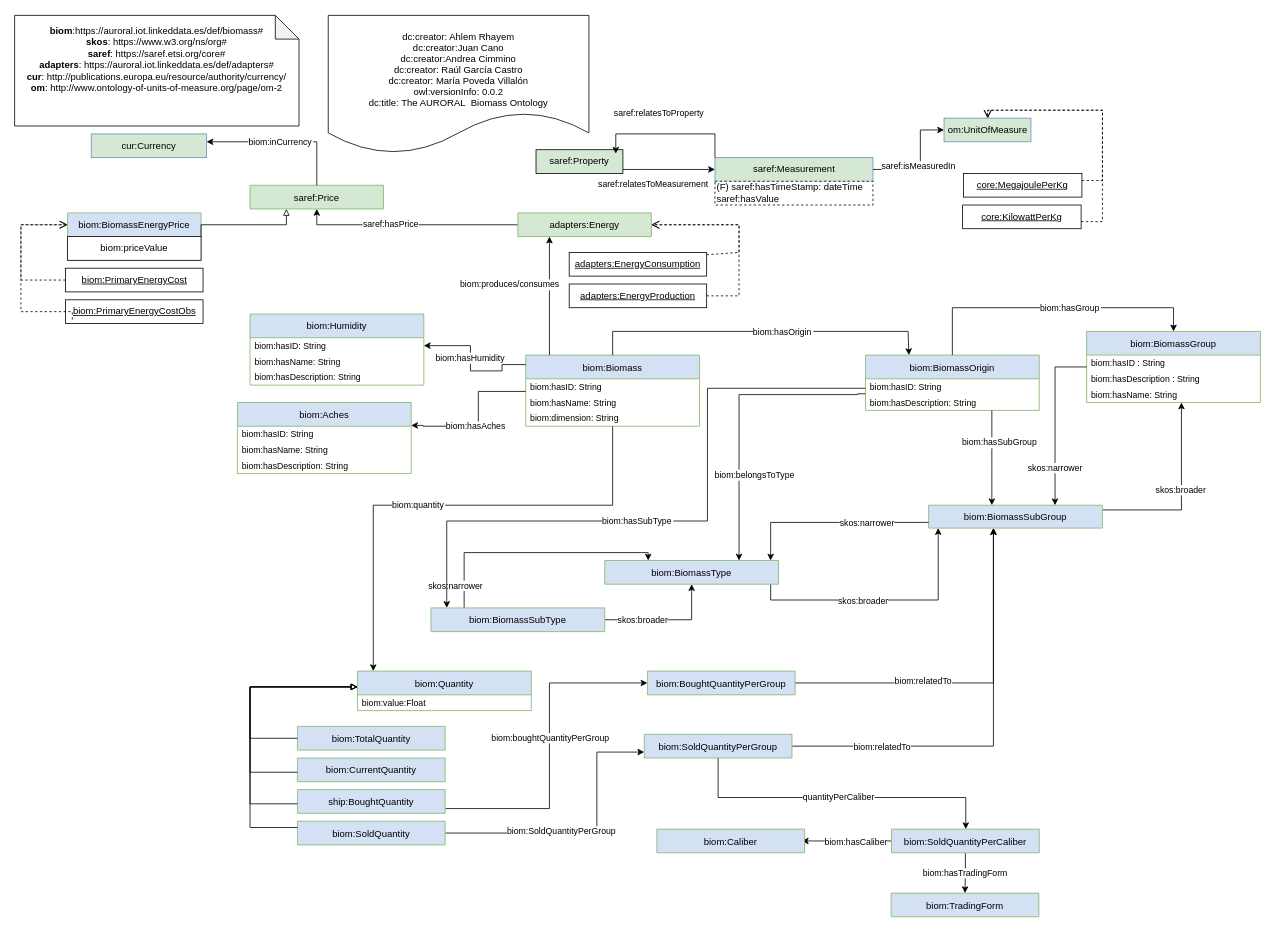
Earlier version of the draw.io diagram Diagrams/general.drawio (oeg-upm/auroral-biomass-ontology). Source tidied: cells renumbered, new cells numbered last; positions are measured from the earlier drawing's top-left corner, leaving out a move shared by most shapes. Both pictures are drawn from the tidied source at 79%, with x=0, y=0 at pixel (14, 15).
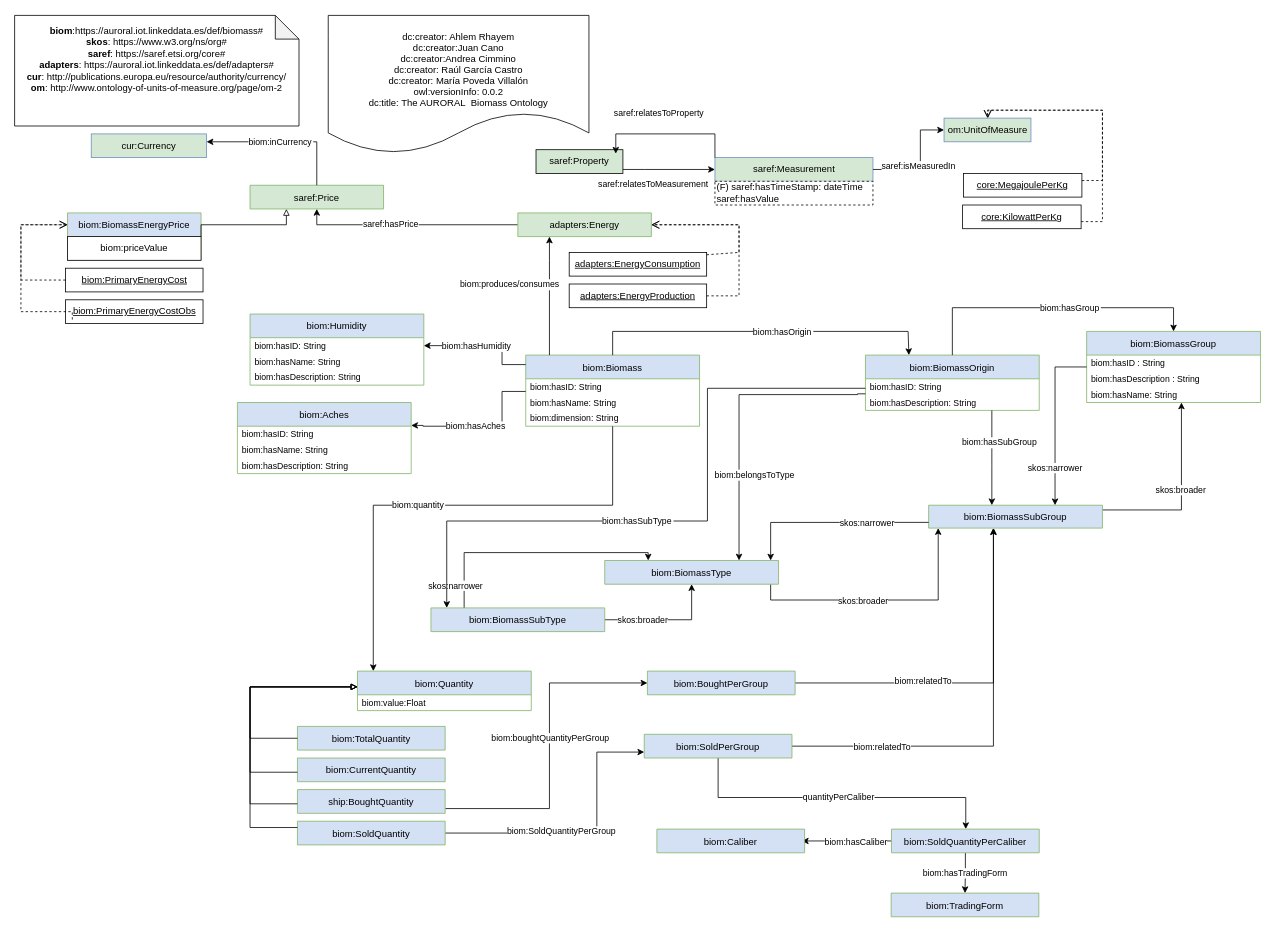
The same page after the edit.

The change refers to these unchanged cells:
```xml
<mxCell id="2" value="biom:Biomass" style="swimlane;fontStyle=0;horizontal=1;startSize=30;fillColor=#D4E1F5;strokeColor=#82b366;" parent="1" vertex="1">
  <mxGeometry x="647" y="430" width="220" height="90" as="geometry" />
</mxCell>
<mxCell id="29" value="biom:Humidity" style="swimlane;fontStyle=0;horizontal=1;startSize=30;fillColor=#D4E1F5;strokeColor=#82b366;" parent="1" vertex="1">
  <mxGeometry x="298" y="378" width="220" height="90" as="geometry" />
</mxCell>
<mxCell id="33" value="biom:Aches" style="swimlane;fontStyle=0;horizontal=1;startSize=30;fillColor=#D4E1F5;strokeColor=#82b366;" parent="1" vertex="1">
  <mxGeometry x="282" y="490" width="220" height="90" as="geometry" />
</mxCell>
```

Change to the diagram source:
```diff
@@
     <mxCell id="37" value="biom:hasHumidity" style="edgeStyle=orthogonalEdgeStyle;rounded=0;jettySize=auto;fontSize=11;endArrow=classic;endFill=1;" parent="1" edge="1" source="2" target="29">
       <mxGeometry x="0.13" relative="1" as="geometry">
         <Array as="points">
           <mxPoint x="617" y="442" />
-          <mxPoint x="617" y="450" />
-          <mxPoint x="577" y="450" />
-          <mxPoint x="577" y="418" />
+          <mxPoint x="617" y="418" />
         </Array>
       </mxGeometry>
     </mxCell>
     <mxCell id="38" value="biom:hasAches" style="edgeStyle=orthogonalEdgeStyle;rounded=0;jettySize=auto;fontSize=11;endArrow=classic;endFill=1;" parent="1" edge="1" source="2" target="33">
       <mxGeometry x="0.13" relative="1" as="geometry">
         <Array as="points">
-          <mxPoint x="587" y="476" />
-          <mxPoint x="587" y="520" />
+          <mxPoint x="617" y="476" />
+          <mxPoint x="617" y="520" />
           <mxPoint x="517" y="520" />
           <mxPoint x="517" y="519" />
         </Array>
       </mxGeometry>
     </mxCell>
@@
-    <mxCell id="94" value="biom:BoughtQuantityPerGroup" style="swimlane;fontStyle=0;horizontal=1;startSize=30;fillColor=#D4E1F5;strokeColor=#82b366;" parent="1" vertex="1">
+    <mxCell id="94" value="biom:BoughtPerGroup" style="swimlane;fontStyle=0;horizontal=1;startSize=30;fillColor=#D4E1F5;strokeColor=#82b366;" parent="1" vertex="1">
       <mxGeometry x="801" y="830" width="187" height="30" as="geometry" />
     </mxCell>
@@
-    <mxCell id="97" value="biom:SoldQuantityPerGroup" style="swimlane;fontStyle=0;horizontal=1;startSize=30;fillColor=#D4E1F5;strokeColor=#82b366;" parent="1" vertex="1">
+    <mxCell id="97" value="biom:SoldPerGroup" style="swimlane;fontStyle=0;horizontal=1;startSize=30;fillColor=#D4E1F5;strokeColor=#82b366;" parent="1" vertex="1">
       <mxGeometry x="797" y="910" width="187" height="30" as="geometry" />
     </mxCell>
```
